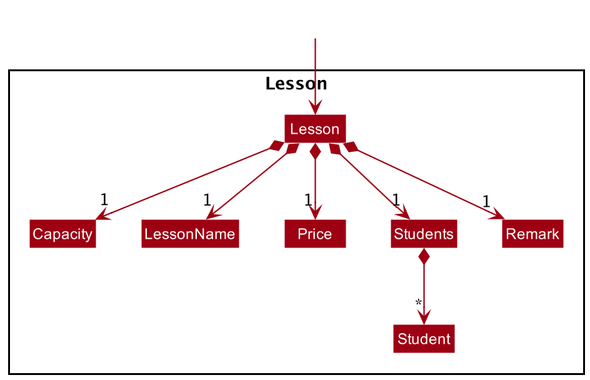
This is docs/images/LessonClassDiagram.png from nus-cs2103-AY2122S1/tp, a PlantUML export, as it was before one commit. The source it was exported from:
```plantuml
@startuml
!include style.puml
skinparam arrowThickness 1.1
skinparam arrowColor MODEL_COLOR
skinparam classBackgroundColor MODEL_COLOR

package Lesson <<Rectangle>>{
Class Lesson
Class Capacity
Class LessonName
Class Price
Class Students
Class Remark
Class Student
}

Class HiddenOutside #FFFFFF
HiddenOutside --> Lesson

Lesson *--> "1" Capacity
Lesson *--> "1" LessonName
Lesson *--> "1" Price
Lesson *--> "1" Students
Lesson *--> "1" Remark

Students *--> "*" Student

@enduml
```
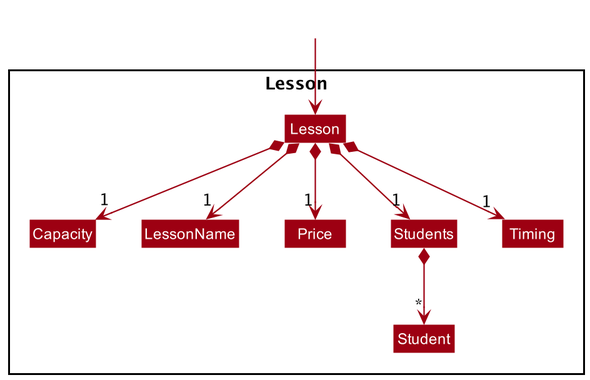
Later version of the same file.

Commit message:
Rename remark to timing

What changed in the source:
```diff
@@ -10,7 +10,7 @@
 Class LessonName
 Class Price
 Class Students
-Class Remark
+Class Timing
 Class Student
 }
 
@@ -21,7 +21,7 @@
 Lesson *--> "1" LessonName
 Lesson *--> "1" Price
 Lesson *--> "1" Students
-Lesson *--> "1" Remark
+Lesson *--> "1" Timing
 
 Students *--> "*" Student
 
```
